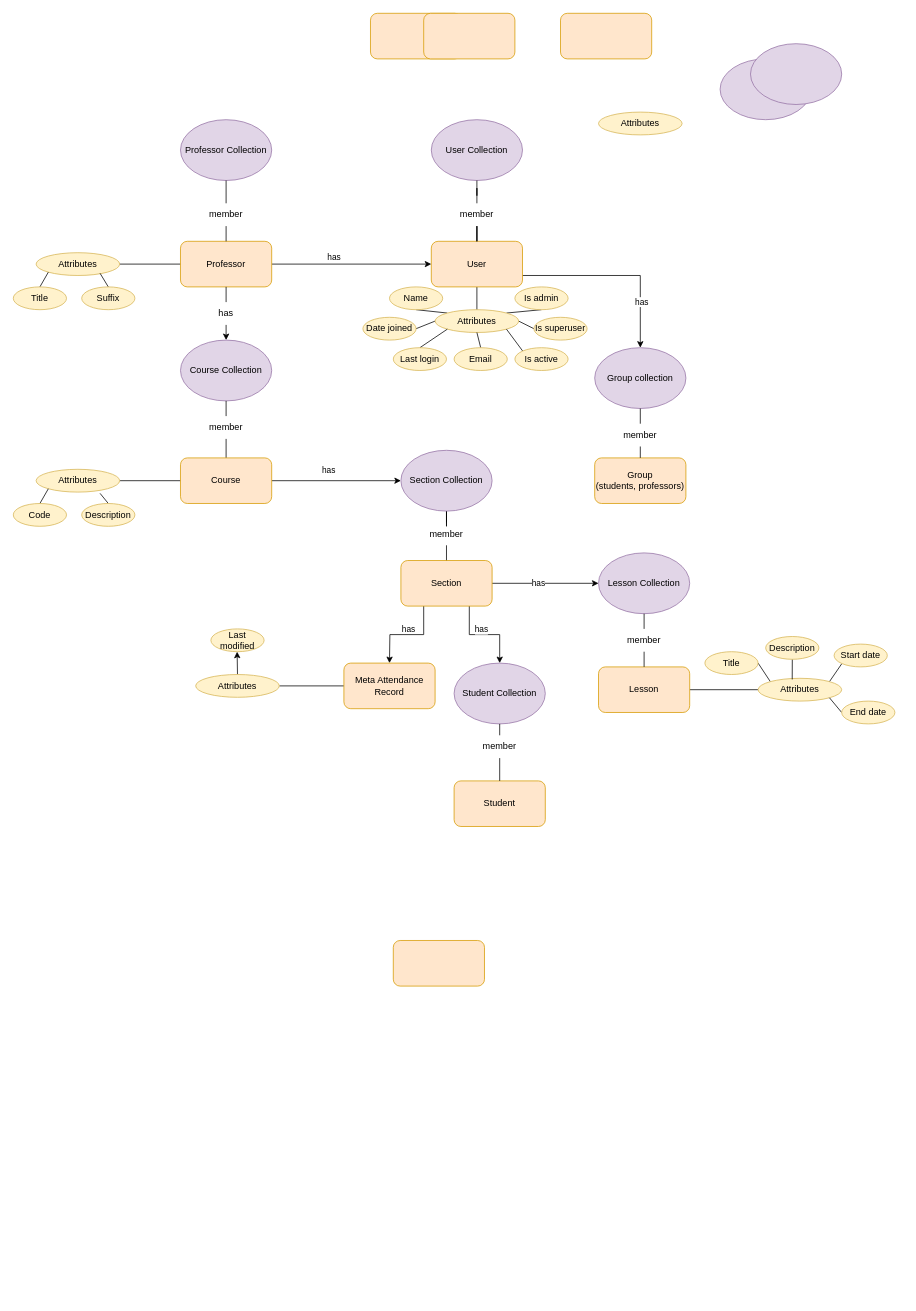
Before: ClassManager_Ontology.drawio in haasr/ia-diagrams, a draw.io diagram. Source tidied: cells renumbered, new cells numbered last; positions are measured from the earlier drawing's top-left corner, leaving out a move shared by most shapes. Both pictures are drawn from the tidied source at 76%, with x=0, y=0 at pixel (13, 13).
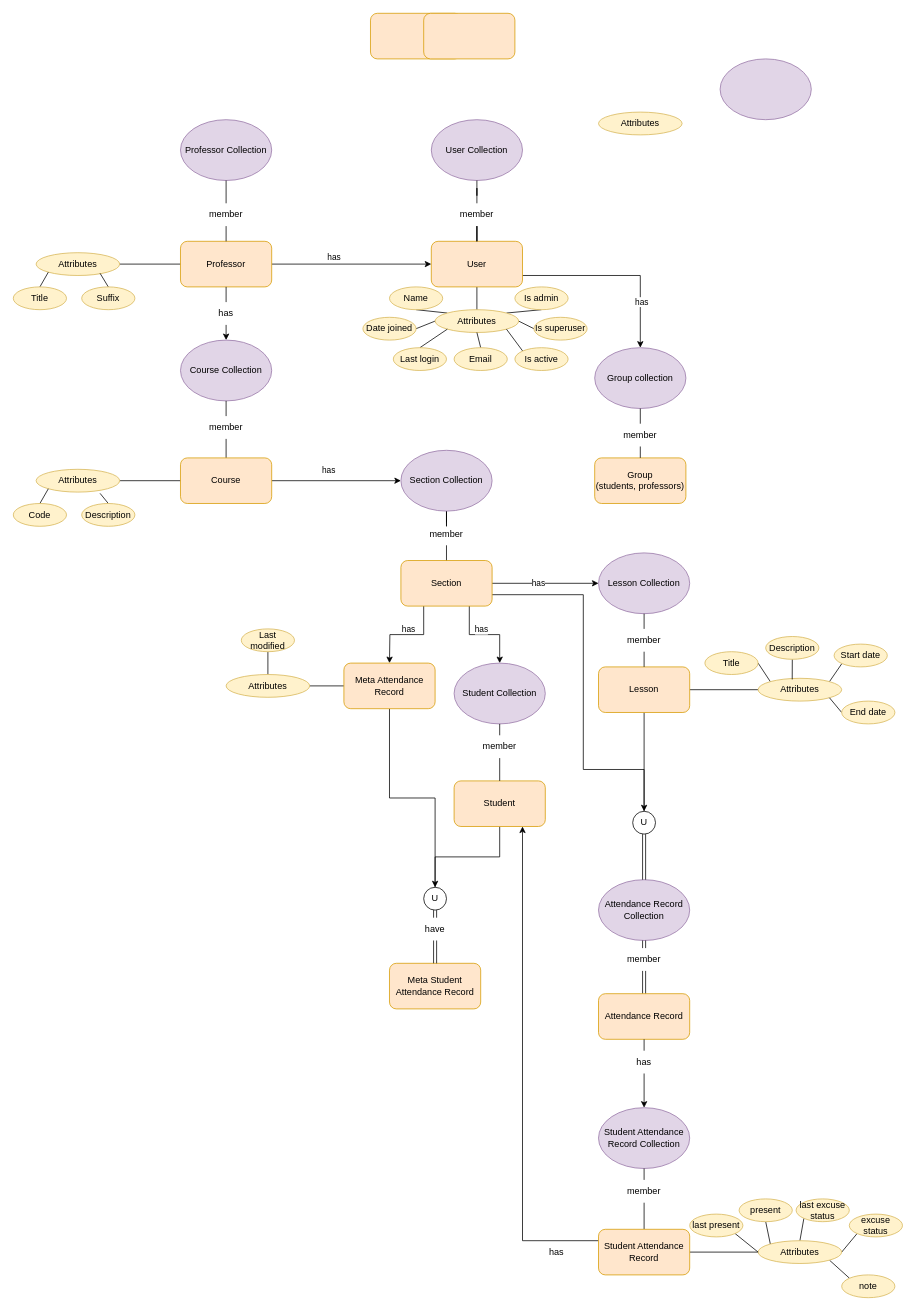
Above is the later version.

The change refers to these unchanged cells:
```xml
<mxCell id="32" value="Section" style="rounded=1;whiteSpace=wrap;html=1;fillColor=#ffe6cc;strokeColor=#d79b00;" parent="1" vertex="1">
  <mxGeometry x="510" y="720" width="120" height="60" as="geometry" />
</mxCell>
<mxCell id="41" value="Lesson" style="rounded=1;whiteSpace=wrap;html=1;fillColor=#ffe6cc;strokeColor=#d79b00;" parent="1" vertex="1">
  <mxGeometry x="770" y="860" width="120" height="60" as="geometry" />
</mxCell>
<mxCell id="51" value="Student" style="rounded=1;whiteSpace=wrap;html=1;fillColor=#ffe6cc;strokeColor=#d79b00;" parent="1" vertex="1">
  <mxGeometry x="580" y="1010" width="120" height="60" as="geometry" />
</mxCell>
<mxCell id="96" value="Meta Attendance Record" style="rounded=1;whiteSpace=wrap;html=1;fillColor=#ffe6cc;strokeColor=#d79b00;" parent="1" vertex="1">
  <mxGeometry x="435" y="855" width="120" height="60" as="geometry" />
</mxCell>
```

Change to the diagram source:
```diff
@@
+    <mxCell id="102" style="edgeStyle=orthogonalEdgeStyle;rounded=0;jettySize=auto;html=1;exitX=1;exitY=0.75;exitDx=0;exitDy=0;" parent="1" edge="1" source="32" target="115">
+      <mxGeometry relative="1" as="geometry">
+        <Array as="points">
+          <mxPoint x="750" y="765" />
+          <mxPoint x="750" y="995" />
+        </Array>
+      </mxGeometry>
+    </mxCell>
@@
-    <mxCell id="37" style="rounded=1;whiteSpace=wrap;html=1;fillColor=#ffe6cc;strokeColor=#d79b00;" parent="1" vertex="1">
-      <mxGeometry x="720" width="120" height="60" as="geometry" />
-    </mxCell>
-    <mxCell id="38" style="rounded=1;whiteSpace=wrap;html=1;fillColor=#ffe6cc;strokeColor=#d79b00;" parent="1" vertex="1">
-      <mxGeometry x="500" y="1220" width="120" height="60" as="geometry" />
+    <mxCell id="38" value="Meta Student Attendance Record" style="rounded=1;whiteSpace=wrap;html=1;fillColor=#ffe6cc;strokeColor=#d79b00;" parent="1" vertex="1">
+      <mxGeometry x="495" y="1250" width="120" height="60" as="geometry" />
     </mxCell>
@@
+    <mxCell id="103" style="edgeStyle=orthogonalEdgeStyle;rounded=0;jettySize=auto;html=1;exitX=0.5;exitY=1;exitDx=0;exitDy=0;entryX=0.5;entryY=0;entryDx=0;entryDy=0;endArrow=none;endFill=0;" parent="1" edge="1" source="41" target="115">
+      <mxGeometry relative="1" as="geometry" />
+    </mxCell>
@@
+    <mxCell id="104" style="edgeStyle=orthogonalEdgeStyle;rounded=0;jettySize=auto;html=1;exitX=0.5;exitY=1;exitDx=0;exitDy=0;entryX=0.5;entryY=0;entryDx=0;entryDy=0;endArrow=none;endFill=0;startArrow=none;shape=link;" parent="1" edge="1" source="117" target="113">
+      <mxGeometry relative="1" as="geometry" />
+    </mxCell>
-    <mxCell id="44" style="ellipse;whiteSpace=wrap;html=1;fillColor=#e1d5e7;strokeColor=#9673a6;" parent="1" vertex="1">
-      <mxGeometry x="970" y="40" width="120" height="80" as="geometry" />
+    <mxCell id="44" value="Attendance Record Collection" style="ellipse;whiteSpace=wrap;html=1;fillColor=#e1d5e7;strokeColor=#9673a6;" parent="1" vertex="1">
+      <mxGeometry x="770" y="1140" width="120" height="80" as="geometry" />
     </mxCell>
@@
+    <mxCell id="105" style="edgeStyle=orthogonalEdgeStyle;rounded=0;jettySize=auto;html=1;exitX=0.5;exitY=1;exitDx=0;exitDy=0;entryX=0.5;entryY=0;entryDx=0;entryDy=0;endArrow=none;endFill=0;" parent="1" edge="1" source="51" target="109">
+      <mxGeometry relative="1" as="geometry" />
+    </mxCell>
@@
+    <mxCell id="106" style="edgeStyle=orthogonalEdgeStyle;rounded=0;jettySize=auto;html=1;exitX=0.5;exitY=1;exitDx=0;exitDy=0;entryX=0.5;entryY=0;entryDx=0;entryDy=0;" parent="1" edge="1" source="96" target="109">
+      <mxGeometry relative="1" as="geometry" />
+    </mxCell>
@@
-    <mxCell id="97" style="edgeStyle=orthogonalEdgeStyle;rounded=0;jettySize=auto;html=1;exitX=0.5;exitY=0;exitDx=0;exitDy=0;" parent="1" edge="1" source="98">
-      <mxGeometry relative="1" as="geometry">
-        <mxPoint x="294.5" y="840" as="targetPoint" />
-      </mxGeometry>
-    </mxCell>
+    <mxCell id="107" style="edgeStyle=orthogonalEdgeStyle;rounded=0;jettySize=auto;html=1;exitX=0.5;exitY=0;exitDx=0;exitDy=0;entryX=0.5;entryY=1;entryDx=0;entryDy=0;endArrow=none;endFill=0;" parent="1" edge="1" source="98" target="99">
+      <mxGeometry relative="1" as="geometry" />
+    </mxCell>
     <mxCell id="98" value="Attributes" style="ellipse;whiteSpace=wrap;html=1;fillColor=#fff2cc;strokeColor=#d6b656;" parent="1" vertex="1">
-      <mxGeometry x="240" y="870" width="110" height="30" as="geometry" />
+      <mxGeometry x="280" y="870" width="110" height="30" as="geometry" />
     </mxCell>
     <mxCell id="99" value="Last modified" style="ellipse;whiteSpace=wrap;html=1;fillColor=#fff2cc;strokeColor=#d6b656;" parent="1" vertex="1">
-      <mxGeometry x="260" y="810" width="70" height="30" as="geometry" />
+      <mxGeometry x="300" y="810" width="70" height="30" as="geometry" />
     </mxCell>
@@
+    <mxCell id="108" style="edgeStyle=orthogonalEdgeStyle;rounded=0;jettySize=auto;html=1;exitX=0.5;exitY=1;exitDx=0;exitDy=0;entryX=0.5;entryY=0;entryDx=0;entryDy=0;endArrow=none;endFill=0;shape=link;startArrow=none;" parent="1" edge="1" source="111" target="38">
+      <mxGeometry relative="1" as="geometry" />
+    </mxCell>
+    <mxCell id="109" value="U" style="ellipse;whiteSpace=wrap;html=1;" parent="1" vertex="1">
+      <mxGeometry x="540" y="1150" width="30" height="30" as="geometry" />
+    </mxCell>
+    <mxCell id="110" style="edgeStyle=orthogonalEdgeStyle;rounded=0;jettySize=auto;html=1;exitX=0.5;exitY=1;exitDx=0;exitDy=0;entryX=0.5;entryY=0;entryDx=0;entryDy=0;endArrow=none;endFill=0;shape=link;" parent="1" edge="1" source="109" target="111">
+      <mxGeometry relative="1" as="geometry" />
+    </mxCell>
+    <mxCell id="111" value="have" style="text;html=1;strokeColor=none;fillColor=none;align=center;verticalAlign=middle;whiteSpace=wrap;rounded=0;" parent="1" vertex="1">
+      <mxGeometry x="525" y="1190" width="60" height="30" as="geometry" />
+    </mxCell>
+    <mxCell id="112" style="edgeStyle=orthogonalEdgeStyle;rounded=0;jettySize=auto;html=1;exitX=0.5;exitY=1;exitDx=0;exitDy=0;entryX=0.5;entryY=0;entryDx=0;entryDy=0;startArrow=none;" parent="1" edge="1" source="121" target="119">
+      <mxGeometry relative="1" as="geometry" />
+    </mxCell>
+    <mxCell id="113" value="Attendance Record" style="rounded=1;whiteSpace=wrap;html=1;fillColor=#ffe6cc;strokeColor=#d79b00;" parent="1" vertex="1">
+      <mxGeometry x="770" y="1290" width="120" height="60" as="geometry" />
+    </mxCell>
+    <mxCell id="114" style="edgeStyle=orthogonalEdgeStyle;rounded=0;jettySize=auto;html=1;exitX=0.5;exitY=1;exitDx=0;exitDy=0;entryX=0.5;entryY=0;entryDx=0;entryDy=0;endArrow=none;endFill=0;shape=link;" parent="1" edge="1" source="115" target="44">
+      <mxGeometry relative="1" as="geometry" />
+    </mxCell>
+    <mxCell id="115" value="U" style="ellipse;whiteSpace=wrap;html=1;" parent="1" vertex="1">
+      <mxGeometry x="815" y="1050" width="30" height="30" as="geometry" />
+    </mxCell>
+    <mxCell id="116" style="edgeStyle=orthogonalEdgeStyle;rounded=0;jettySize=auto;html=1;exitX=0.5;exitY=1;exitDx=0;exitDy=0;entryX=0.5;entryY=0;entryDx=0;entryDy=0;endArrow=none;endFill=0;shape=link;" parent="1" edge="1" source="44" target="117">
+      <mxGeometry relative="1" as="geometry" />
+    </mxCell>
+    <mxCell id="117" value="member" style="text;html=1;strokeColor=none;fillColor=none;align=center;verticalAlign=middle;whiteSpace=wrap;rounded=0;" parent="1" vertex="1">
+      <mxGeometry x="800" y="1230" width="60" height="30" as="geometry" />
+    </mxCell>
+    <mxCell id="118" style="edgeStyle=orthogonalEdgeStyle;rounded=0;jettySize=auto;html=1;exitX=0.5;exitY=1;exitDx=0;exitDy=0;entryX=0.5;entryY=0;entryDx=0;entryDy=0;endArrow=none;endFill=0;startArrow=none;" parent="1" edge="1" source="126" target="124">
+      <mxGeometry relative="1" as="geometry" />
+    </mxCell>
+    <mxCell id="119" value="Student Attendance Record Collection" style="ellipse;whiteSpace=wrap;html=1;fillColor=#e1d5e7;strokeColor=#9673a6;" parent="1" vertex="1">
+      <mxGeometry x="770" y="1440" width="120" height="80" as="geometry" />
+    </mxCell>
+    <mxCell id="120" style="edgeStyle=orthogonalEdgeStyle;rounded=0;jettySize=auto;html=1;exitX=0.5;exitY=1;exitDx=0;exitDy=0;entryX=0.5;entryY=0;entryDx=0;entryDy=0;endArrow=none;" parent="1" edge="1" source="113" target="121">
+      <mxGeometry relative="1" as="geometry" />
+    </mxCell>
+    <mxCell id="121" value="has" style="text;html=1;strokeColor=none;fillColor=none;align=center;verticalAlign=middle;whiteSpace=wrap;rounded=0;" parent="1" vertex="1">
+      <mxGeometry x="800" y="1365" width="60" height="30" as="geometry" />
+    </mxCell>
+    <mxCell id="122" style="edgeStyle=orthogonalEdgeStyle;rounded=0;jettySize=auto;html=1;exitX=0;exitY=0.25;exitDx=0;exitDy=0;entryX=0.75;entryY=1;entryDx=0;entryDy=0;" parent="1" edge="1" source="124" target="51">
+      <mxGeometry relative="1" as="geometry" />
+    </mxCell>
+    <mxCell id="123" style="edgeStyle=orthogonalEdgeStyle;rounded=0;jettySize=auto;html=1;exitX=1;exitY=0.5;exitDx=0;exitDy=0;entryX=0;entryY=0.5;entryDx=0;entryDy=0;endArrow=none;endFill=0;" parent="1" edge="1" source="124" target="132">
+      <mxGeometry relative="1" as="geometry" />
+    </mxCell>
+    <mxCell id="124" value="Student Attendance Record" style="rounded=1;whiteSpace=wrap;html=1;fillColor=#ffe6cc;strokeColor=#d79b00;" parent="1" vertex="1">
+      <mxGeometry x="770" y="1600" width="120" height="60" as="geometry" />
+    </mxCell>
+    <mxCell id="125" style="edgeStyle=orthogonalEdgeStyle;rounded=0;jettySize=auto;html=1;exitX=0.5;exitY=1;exitDx=0;exitDy=0;entryX=0.5;entryY=0;entryDx=0;entryDy=0;endArrow=none;endFill=0;" parent="1" edge="1" source="119" target="126">
+      <mxGeometry relative="1" as="geometry" />
+    </mxCell>
+    <mxCell id="126" value="member" style="text;html=1;strokeColor=none;fillColor=none;align=center;verticalAlign=middle;whiteSpace=wrap;rounded=0;" parent="1" vertex="1">
+      <mxGeometry x="800" y="1535" width="60" height="30" as="geometry" />
+    </mxCell>
+    <mxCell id="127" value="has" style="text;html=1;strokeColor=none;fillColor=none;align=center;verticalAlign=middle;whiteSpace=wrap;rounded=0;" parent="1" vertex="1">
+      <mxGeometry x="685" y="1615" width="60" height="30" as="geometry" />
+    </mxCell>
+    <mxCell id="128" style="rounded=0;jettySize=auto;html=1;exitX=0;exitY=0;exitDx=0;exitDy=0;entryX=0.5;entryY=1;entryDx=0;entryDy=0;endArrow=none;endFill=0;" parent="1" edge="1" source="132" target="133">
+      <mxGeometry relative="1" as="geometry" />
+    </mxCell>
+    <mxCell id="129" style="rounded=0;jettySize=auto;html=1;exitX=0.5;exitY=0;exitDx=0;exitDy=0;entryX=0;entryY=1;entryDx=0;entryDy=0;endArrow=none;endFill=0;" parent="1" edge="1" source="132" target="134">
+      <mxGeometry relative="1" as="geometry" />
+    </mxCell>
+    <mxCell id="130" style="rounded=0;jettySize=auto;html=1;exitX=1;exitY=0.5;exitDx=0;exitDy=0;entryX=0;entryY=1;entryDx=0;entryDy=0;endArrow=none;endFill=0;" parent="1" edge="1" source="132" target="137">
+      <mxGeometry relative="1" as="geometry" />
+    </mxCell>
+    <mxCell id="131" style="rounded=0;jettySize=auto;html=1;exitX=1;exitY=1;exitDx=0;exitDy=0;entryX=0;entryY=0;entryDx=0;entryDy=0;endArrow=none;endFill=0;" parent="1" edge="1" source="132" target="138">
+      <mxGeometry relative="1" as="geometry" />
+    </mxCell>
+    <mxCell id="132" value="Attributes" style="ellipse;whiteSpace=wrap;html=1;fillColor=#fff2cc;strokeColor=#d6b656;" parent="1" vertex="1">
+      <mxGeometry x="980" y="1615" width="110" height="30" as="geometry" />
+    </mxCell>
+    <mxCell id="133" value="present" style="ellipse;whiteSpace=wrap;html=1;fillColor=#fff2cc;strokeColor=#d6b656;" parent="1" vertex="1">
+      <mxGeometry x="955" y="1560" width="70" height="30" as="geometry" />
+    </mxCell>
+    <mxCell id="134" value="last excuse status" style="ellipse;whiteSpace=wrap;html=1;fillColor=#fff2cc;strokeColor=#d6b656;" parent="1" vertex="1">
+      <mxGeometry x="1030" y="1560" width="70" height="30" as="geometry" />
+    </mxCell>
+    <mxCell id="135" style="rounded=0;jettySize=auto;html=1;exitX=1;exitY=1;exitDx=0;exitDy=0;entryX=0;entryY=0.5;entryDx=0;entryDy=0;endArrow=none;endFill=0;" parent="1" edge="1" source="136" target="132">
+      <mxGeometry relative="1" as="geometry" />
+    </mxCell>
+    <mxCell id="136" value="last present" style="ellipse;whiteSpace=wrap;html=1;fillColor=#fff2cc;strokeColor=#d6b656;" parent="1" vertex="1">
+      <mxGeometry x="890" y="1580" width="70" height="30" as="geometry" />
+    </mxCell>
+    <mxCell id="137" value="excuse status" style="ellipse;whiteSpace=wrap;html=1;fillColor=#fff2cc;strokeColor=#d6b656;" parent="1" vertex="1">
+      <mxGeometry x="1100" y="1580" width="70" height="30" as="geometry" />
+    </mxCell>
+    <mxCell id="138" value="note" style="ellipse;whiteSpace=wrap;html=1;fillColor=#fff2cc;strokeColor=#d6b656;" parent="1" vertex="1">
+      <mxGeometry x="1090" y="1660" width="70" height="30" as="geometry" />
+    </mxCell>
```
